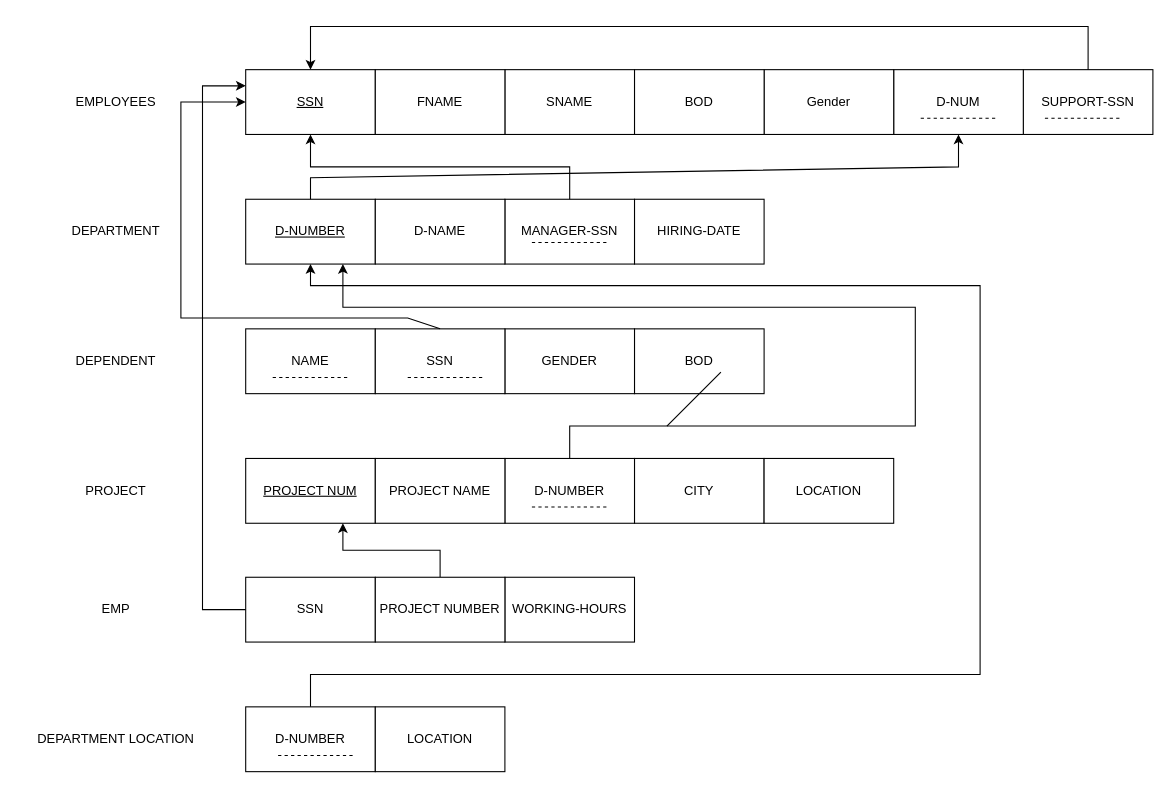
This is t2.drawio from Mohannad-Elsayed/drawio, a draw.io file, before an edit. Source tidied: cells renumbered, new cells numbered last; positions are measured from the earlier drawing's top-left corner, leaving out a move shared by most shapes. Both pictures are drawn from the tidied source at 108%, with x=0, y=0 at pixel (18, 26).
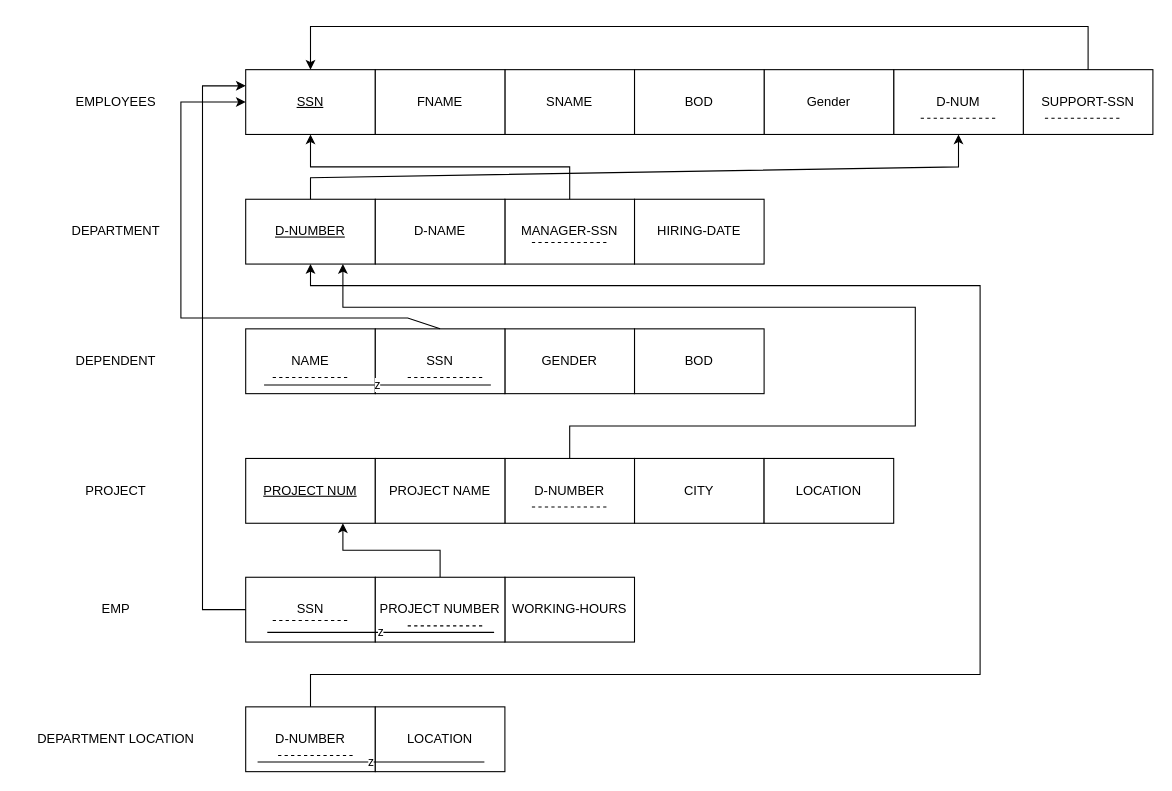
The same page after the edit.

What changed in the source:
```diff
@@
-    <mxCell id="48" style="endArrow=none;html=1;rounded=0;" parent="1" edge="1">
+    <mxCell id="48" value="z" style="endArrow=none;html=1;rounded=0;" parent="1" edge="1">
       <mxGeometry relative="1" as="geometry">
-        <mxPoint x="600" y="370" as="sourcePoint" />
-        <mxPoint x="650" y="320" as="targetPoint" />
+        <mxPoint x="221" y="681" as="sourcePoint" />
+        <mxPoint x="431" y="681" as="targetPoint" />
       </mxGeometry>
     </mxCell>
+    <mxCell id="49" value="z" style="endArrow=none;html=1;rounded=0;" parent="1" edge="1">
+      <mxGeometry relative="1" as="geometry">
+        <mxPoint x="227" y="332" as="sourcePoint" />
+        <mxPoint x="437" y="332" as="targetPoint" />
+      </mxGeometry>
+    </mxCell>
+    <mxCell id="50" style="endArrow=none;dashed=1;html=1;rounded=0;" parent="1" edge="1">
+      <mxGeometry relative="1" as="geometry">
+        <mxPoint x="360" y="555" as="sourcePoint" />
+        <mxPoint x="430" y="555" as="targetPoint" />
+      </mxGeometry>
+    </mxCell>
+    <mxCell id="51" style="endArrow=none;dashed=1;html=1;rounded=0;" parent="1" edge="1">
+      <mxGeometry relative="1" as="geometry">
+        <mxPoint x="235" y="550" as="sourcePoint" />
+        <mxPoint x="305" y="550" as="targetPoint" />
+      </mxGeometry>
+    </mxCell>
+    <mxCell id="52" value="z" style="endArrow=none;html=1;rounded=0;" parent="1" edge="1">
+      <mxGeometry relative="1" as="geometry">
+        <mxPoint x="230" y="561" as="sourcePoint" />
+        <mxPoint x="440" y="561" as="targetPoint" />
+      </mxGeometry>
+    </mxCell>
```
